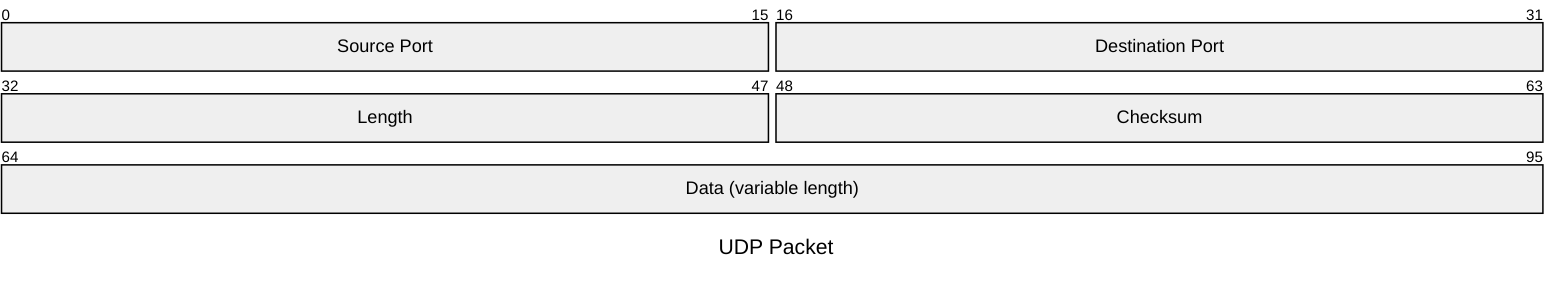
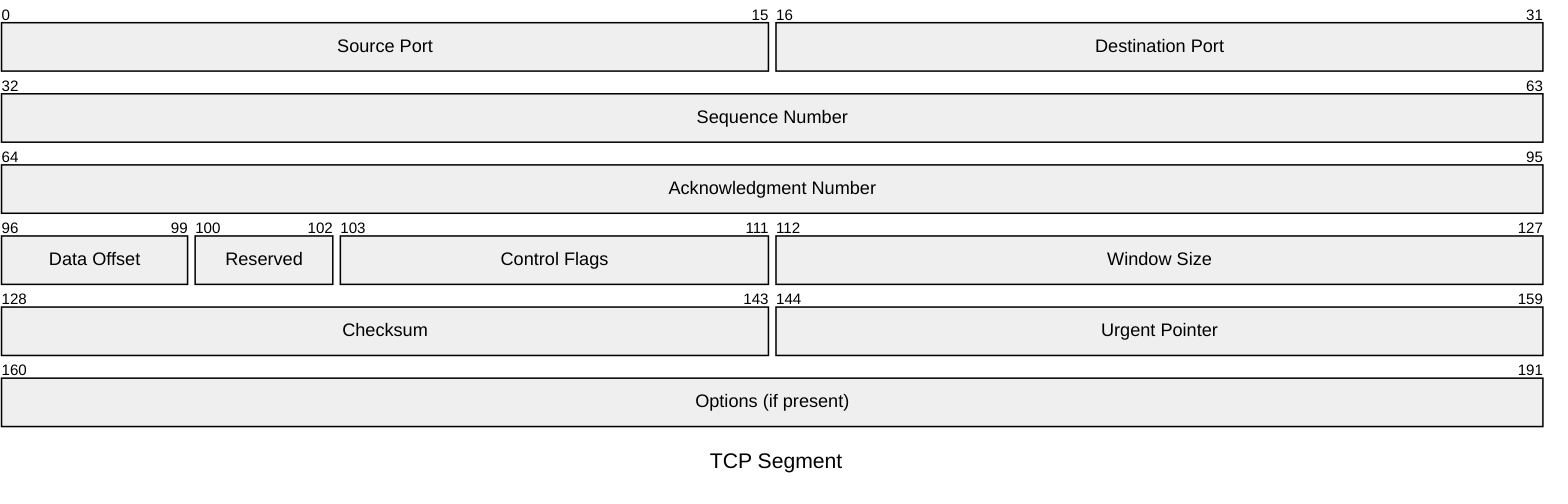
packet-beta
- title UDP Packet
+ title TCP Segment
0-15: "Source Port"
16-31: "Destination Port"
- 32-47: "Length"
- 48-63: "Checksum"
- 64-95: "Data (variable length)"
+ 32-63: "Sequence Number"
+ 64-95: "Acknowledgment Number"
+ 96-99: "Data Offset"
+ 100-102: "Reserved"
+ 103-111: "Control Flags"
+ 112-127: "Window Size"
+ 128-143: "Checksum"
+ 144-159: "Urgent Pointer"
+ 160-191: "Options (if present)"
